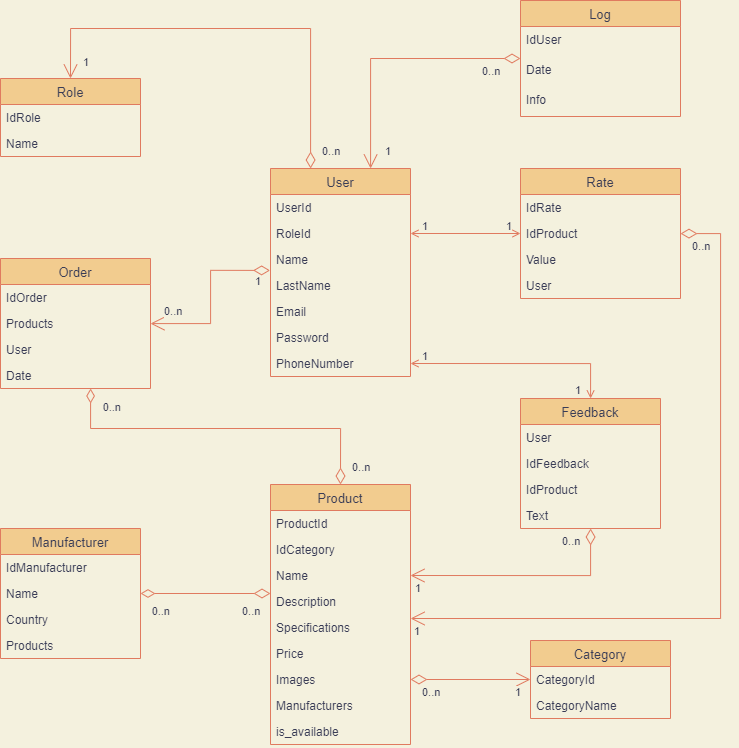
Before: images/diagram.png, a diagram exported from draw.io (blvckmansory/SUBD). Source tidied: cells renumbered, new cells last; positions are measured from the earlier drawing's top-left corner, leaving out a move shared by most shapes.
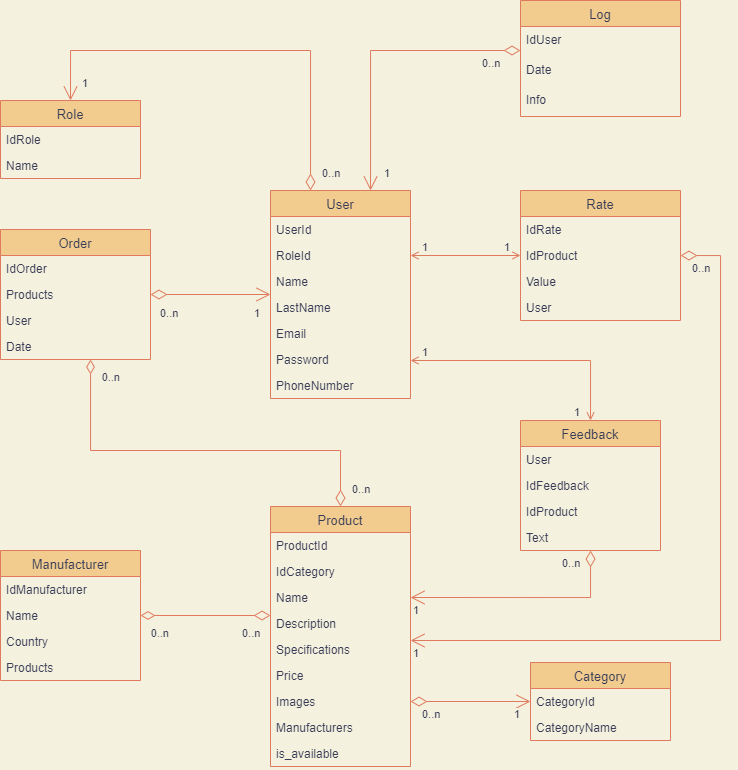
After the commit.

Diff of the diagram source:
```diff
@@ -120,7 +120,7 @@
       <mxGeometry y="104" width="140" height="26" as="geometry" />
     </mxCell>
     <mxCell id="41" value="Order" style="swimlane;fontStyle=0;horizontal=1;startSize=26;fillColor=#F2CC8F;strokeColor=#E07A5F;fontColor=#393C56;fontSize=13;" parent="1" vertex="1">
-      <mxGeometry y="258" width="150" height="130" as="geometry" />
+      <mxGeometry y="207" width="150" height="130" as="geometry" />
     </mxCell>
     <mxCell id="42" value="IdOrder" style="text;strokeColor=none;fillColor=none;align=left;verticalAlign=top;spacingLeft=4;spacingRight=4;overflow=hidden;fontColor=#393C56;" parent="41" vertex="1">
       <mxGeometry y="26" width="150" height="26" as="geometry" />
@@ -134,6 +134,21 @@
     <mxCell id="45" value="Date" style="text;strokeColor=none;fillColor=none;align=left;verticalAlign=top;spacingLeft=4;spacingRight=4;overflow=hidden;fontColor=#393C56;" parent="41" vertex="1">
       <mxGeometry y="104" width="150" height="26" as="geometry" />
     </mxCell>
+    <mxCell id="77" style="endArrow=open;html=1;endSize=12;startArrow=diamondThin;startSize=14;startFill=0;edgeStyle=orthogonalEdgeStyle;rounded=0;endFill=0;labelBackgroundColor=#F4F1DE;strokeColor=#E07A5F;fontColor=#393C56;entryX=1.013;entryY=0.481;entryDx=0;entryDy=0;entryPerimeter=0;exitX=1;exitY=0.5;exitDx=0;exitDy=0;" parent="41" edge="1" source="43">
+      <mxGeometry relative="1" as="geometry">
+        <mxPoint x="270" y="65" as="targetPoint" />
+      </mxGeometry>
+    </mxCell>
+    <mxCell id="78" value="0..n" style="edgeLabel;html=1;align=left;verticalAlign=top;labelBackgroundColor=#F4F1DE;fontColor=#393C56;" parent="77" vertex="1">
+      <mxGeometry x="-1" relative="1" as="geometry">
+        <mxPoint x="8" y="6" as="offset" />
+      </mxGeometry>
+    </mxCell>
+    <mxCell id="79" value="1" style="edgeLabel;html=1;align=right;verticalAlign=top;labelBackgroundColor=#F4F1DE;fontColor=#393C56;" parent="77" vertex="1">
+      <mxGeometry x="1" relative="1" as="geometry">
+        <mxPoint x="-10" y="6" as="offset" />
+      </mxGeometry>
+    </mxCell>
     <mxCell id="46" style="endArrow=open;html=1;endSize=12;startArrow=diamondThin;startSize=14;startFill=0;edgeStyle=orthogonalEdgeStyle;rounded=0;labelBackgroundColor=#F4F1DE;strokeColor=#E07A5F;fontColor=#393C56;entryX=0.5;entryY=0;entryDx=0;entryDy=0;" parent="1" edge="1" source="2" target="20">
       <mxGeometry relative="1" as="geometry">
         <Array as="points">
@@ -167,8 +182,14 @@
         <mxPoint x="-10" as="offset" />
       </mxGeometry>
     </mxCell>
-    <mxCell id="52" style="endArrow=open;html=1;edgeStyle=orthogonalEdgeStyle;rounded=0;exitX=1;exitY=0.5;exitDx=0;exitDy=0;labelBackgroundColor=#F4F1DE;strokeColor=#E07A5F;fontColor=#393C56;startArrow=open;startFill=0;endFill=0;" parent="1" edge="1" source="9" target="23">
-      <mxGeometry relative="1" as="geometry" />
+    <mxCell id="52" style="endArrow=open;html=1;edgeStyle=orthogonalEdgeStyle;rounded=0;labelBackgroundColor=#F4F1DE;strokeColor=#E07A5F;fontColor=#393C56;startArrow=open;startFill=0;endFill=0;" parent="1" edge="1" target="23">
+      <mxGeometry relative="1" as="geometry">
+        <mxPoint x="410" y="338" as="sourcePoint" />
+        <Array as="points">
+          <mxPoint x="410" y="338" />
+          <mxPoint x="590" y="338" />
+        </Array>
+      </mxGeometry>
     </mxCell>
     <mxCell id="53" value="1" style="edgeLabel;html=1;align=left;verticalAlign=bottom;labelBackgroundColor=#F4F1DE;fontColor=#393C56;" parent="52" vertex="1">
       <mxGeometry x="-1" relative="1" as="geometry">
@@ -260,7 +281,7 @@
       </mxGeometry>
     </mxCell>
     <mxCell id="70" value="Log" style="swimlane;fontStyle=0;horizontal=1;startSize=26;align=center;fontSize=13;fillColor=#F2CC8F;strokeColor=#E07A5F;fontColor=#393C56;" parent="1" vertex="1">
-      <mxGeometry x="520" width="160" height="116" as="geometry" />
+      <mxGeometry x="520" y="-22" width="160" height="116" as="geometry" />
     </mxCell>
     <mxCell id="71" value="IdUser" style="text;strokeColor=none;fillColor=none;spacingLeft=4;spacingRight=4;overflow=hidden;fontSize=12;fontColor=#393C56;" parent="70" vertex="1">
       <mxGeometry y="26" width="160" height="30" as="geometry" />
@@ -274,7 +295,7 @@
     <mxCell id="74" style="endArrow=open;html=1;endSize=12;startArrow=diamondThin;startSize=14;startFill=0;edgeStyle=orthogonalEdgeStyle;rounded=0;labelBackgroundColor=#F4F1DE;strokeColor=#E07A5F;fontColor=#393C56;" parent="1" edge="1" source="70" target="2">
       <mxGeometry relative="1" as="geometry">
         <Array as="points">
-          <mxPoint x="370" y="58" />
+          <mxPoint x="370" y="28" />
         </Array>
       </mxGeometry>
     </mxCell>
@@ -288,18 +309,5 @@
         <mxPoint x="20" y="-30" as="offset" />
       </mxGeometry>
     </mxCell>
-    <mxCell id="77" style="endArrow=open;html=1;endSize=12;startArrow=diamondThin;startSize=14;startFill=0;edgeStyle=orthogonalEdgeStyle;rounded=0;endFill=0;labelBackgroundColor=#F4F1DE;strokeColor=#E07A5F;fontColor=#393C56;exitX=-0.003;exitY=0.92;exitDx=0;exitDy=0;exitPerimeter=0;" parent="1" edge="1" source="5" target="41">
-      <mxGeometry relative="1" as="geometry" />
-    </mxCell>
-    <mxCell id="78" value="0..n" style="edgeLabel;html=1;align=left;verticalAlign=top;labelBackgroundColor=#F4F1DE;fontColor=#393C56;" parent="77" vertex="1">
-      <mxGeometry x="-1" relative="1" as="geometry">
-        <mxPoint x="-108" y="28" as="offset" />
-      </mxGeometry>
-    </mxCell>
-    <mxCell id="79" value="1" style="edgeLabel;html=1;align=right;verticalAlign=top;labelBackgroundColor=#F4F1DE;fontColor=#393C56;" parent="77" vertex="1">
-      <mxGeometry x="1" relative="1" as="geometry">
-        <mxPoint x="110" y="-55" as="offset" />
-      </mxGeometry>
-    </mxCell>
   </root>
 </mxGraphModel>
```
